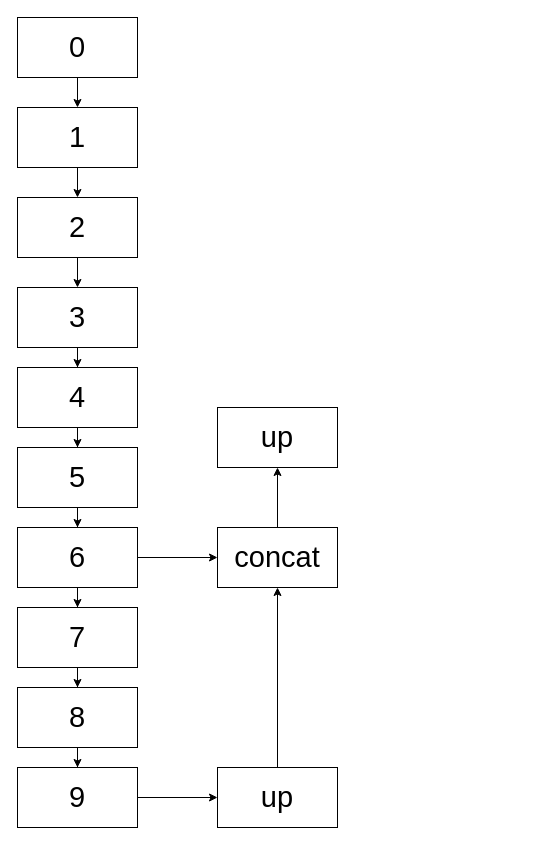
Before: yolo.drawio in funkallll/deeplearning, a draw.io diagram. Source tidied: cells renumbered, new cells numbered last; positions are measured from the earlier drawing's top-left corner, leaving out a move shared by most shapes. Both pictures are drawn from the tidied source at 100%, with x=0, y=0 at pixel (17, 17).
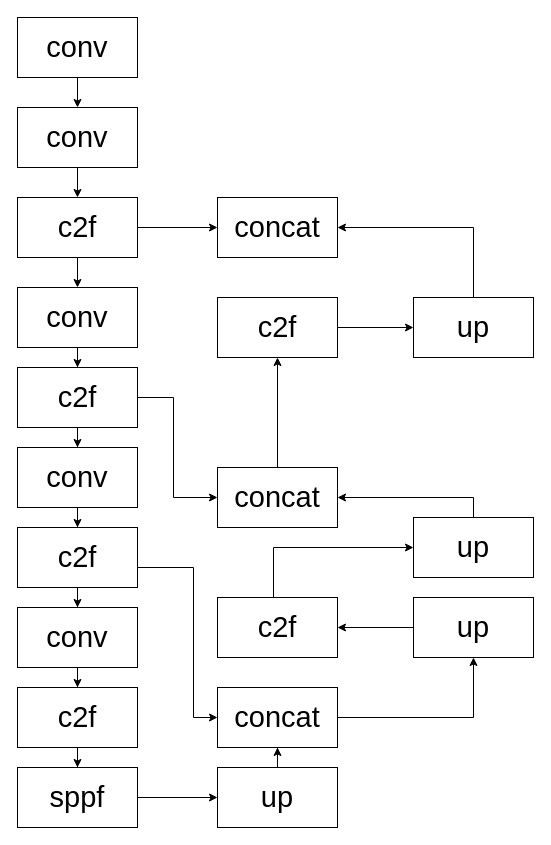
The same page after the edit.

The edit, as a diff of the source:
```diff
@@
-    <mxCell id="3" value="0" style="rounded=0;whiteSpace=wrap;html=1;fontSize=29;" parent="1" vertex="1">
+    <mxCell id="3" value="conv" style="rounded=0;whiteSpace=wrap;html=1;fontSize=29;" parent="1" vertex="1">
       <mxGeometry width="120" height="60" as="geometry" />
     </mxCell>
@@
-    <mxCell id="5" value="1" style="rounded=0;whiteSpace=wrap;html=1;fontSize=29;" parent="1" vertex="1">
+    <mxCell id="5" value="conv" style="rounded=0;whiteSpace=wrap;html=1;fontSize=29;" parent="1" vertex="1">
       <mxGeometry y="90" width="120" height="60" as="geometry" />
     </mxCell>
@@
+    <mxCell id="28" style="edgeStyle=orthogonalEdgeStyle;rounded=0;jettySize=auto;html=1;entryX=0;entryY=0.5;entryDx=0;entryDy=0;" parent="1" edge="1" source="7" target="41">
+      <mxGeometry relative="1" as="geometry" />
+    </mxCell>
-    <mxCell id="7" value="2" style="rounded=0;whiteSpace=wrap;html=1;fontSize=29;" parent="1" vertex="1">
+    <mxCell id="7" value="c2f" style="rounded=0;whiteSpace=wrap;html=1;fontSize=29;" parent="1" vertex="1">
       <mxGeometry y="180" width="120" height="60" as="geometry" />
     </mxCell>
@@
-    <mxCell id="9" value="3" style="rounded=0;whiteSpace=wrap;html=1;fontSize=29;" parent="1" vertex="1">
+    <mxCell id="9" value="conv" style="rounded=0;whiteSpace=wrap;html=1;fontSize=29;" parent="1" vertex="1">
       <mxGeometry y="270" width="120" height="60" as="geometry" />
     </mxCell>
@@
+    <mxCell id="29" style="edgeStyle=orthogonalEdgeStyle;rounded=0;jettySize=auto;html=1;" parent="1" edge="1" source="11" target="36">
+      <mxGeometry relative="1" as="geometry">
+        <Array as="points">
+          <mxPoint x="156" y="380" />
+          <mxPoint x="156" y="480" />
+        </Array>
+      </mxGeometry>
+    </mxCell>
-    <mxCell id="11" value="4" style="rounded=0;whiteSpace=wrap;html=1;fontSize=29;" parent="1" vertex="1">
+    <mxCell id="11" value="c2f" style="rounded=0;whiteSpace=wrap;html=1;fontSize=29;" parent="1" vertex="1">
       <mxGeometry y="350" width="120" height="60" as="geometry" />
     </mxCell>
@@
-    <mxCell id="13" value="5" style="rounded=0;whiteSpace=wrap;html=1;fontSize=29;" parent="1" vertex="1">
+    <mxCell id="13" value="conv" style="rounded=0;whiteSpace=wrap;html=1;fontSize=29;" parent="1" vertex="1">
       <mxGeometry y="430" width="120" height="60" as="geometry" />
     </mxCell>
@@
     <mxCell id="15" style="edgeStyle=orthogonalEdgeStyle;rounded=0;jettySize=auto;html=1;" parent="1" edge="1" source="16" target="26">
-      <mxGeometry relative="1" as="geometry" />
+      <mxGeometry relative="1" as="geometry">
+        <Array as="points">
+          <mxPoint x="176" y="550" />
+          <mxPoint x="176" y="700" />
+        </Array>
+      </mxGeometry>
     </mxCell>
-    <mxCell id="16" value="6" style="rounded=0;whiteSpace=wrap;html=1;fontSize=29;" parent="1" vertex="1">
+    <mxCell id="16" value="c2f" style="rounded=0;whiteSpace=wrap;html=1;fontSize=29;" parent="1" vertex="1">
       <mxGeometry y="510" width="120" height="60" as="geometry" />
     </mxCell>
@@
-    <mxCell id="18" value="7" style="rounded=0;whiteSpace=wrap;html=1;fontSize=29;" parent="1" vertex="1">
+    <mxCell id="18" value="conv" style="rounded=0;whiteSpace=wrap;html=1;fontSize=29;" parent="1" vertex="1">
       <mxGeometry y="590" width="120" height="60" as="geometry" />
     </mxCell>
@@
-    <mxCell id="20" value="8" style="rounded=0;whiteSpace=wrap;html=1;fontSize=29;" parent="1" vertex="1">
+    <mxCell id="20" value="c2f" style="rounded=0;whiteSpace=wrap;html=1;fontSize=29;" parent="1" vertex="1">
       <mxGeometry y="670" width="120" height="60" as="geometry" />
     </mxCell>
@@
-    <mxCell id="22" value="9" style="rounded=0;whiteSpace=wrap;html=1;fontSize=29;" parent="1" vertex="1">
+    <mxCell id="22" value="sppf" style="rounded=0;whiteSpace=wrap;html=1;fontSize=29;" parent="1" vertex="1">
       <mxGeometry y="750" width="120" height="60" as="geometry" />
     </mxCell>
@@
     <mxCell id="26" value="concat" style="whiteSpace=wrap;html=1;fontSize=29;rounded=0;" parent="1" vertex="1">
-      <mxGeometry x="200" y="510" width="120" height="60" as="geometry" />
+      <mxGeometry x="200" y="670" width="120" height="60" as="geometry" />
     </mxCell>
+    <mxCell id="30" style="edgeStyle=orthogonalEdgeStyle;rounded=0;jettySize=auto;html=1;" parent="1" edge="1" source="27" target="32">
+      <mxGeometry relative="1" as="geometry">
+        <Array as="points">
+          <mxPoint x="396" y="610" />
+          <mxPoint x="396" y="610" />
+        </Array>
+      </mxGeometry>
+    </mxCell>
     <mxCell id="27" value="up" style="whiteSpace=wrap;html=1;fontSize=29;rounded=0;" parent="1" vertex="1">
-      <mxGeometry x="200" y="390" width="120" height="60" as="geometry" />
+      <mxGeometry x="396" y="580" width="120" height="60" as="geometry" />
     </mxCell>
+    <mxCell id="31" style="edgeStyle=orthogonalEdgeStyle;rounded=0;jettySize=auto;html=1;" parent="1" edge="1" source="32" target="34">
+      <mxGeometry relative="1" as="geometry">
+        <Array as="points">
+          <mxPoint x="256" y="530" />
+        </Array>
+      </mxGeometry>
+    </mxCell>
+    <mxCell id="32" value="c2f" style="whiteSpace=wrap;html=1;fontSize=29;rounded=0;" parent="1" vertex="1">
+      <mxGeometry x="200" y="580" width="120" height="60" as="geometry" />
+    </mxCell>
+    <mxCell id="33" style="edgeStyle=orthogonalEdgeStyle;rounded=0;jettySize=auto;html=1;entryX=1;entryY=0.5;entryDx=0;entryDy=0;" parent="1" edge="1" source="34" target="36">
+      <mxGeometry relative="1" as="geometry">
+        <Array as="points">
+          <mxPoint x="456" y="480" />
+        </Array>
+      </mxGeometry>
+    </mxCell>
+    <mxCell id="34" value="up" style="whiteSpace=wrap;html=1;fontSize=29;rounded=0;" parent="1" vertex="1">
+      <mxGeometry x="396" y="500" width="120" height="60" as="geometry" />
+    </mxCell>
+    <mxCell id="35" style="edgeStyle=orthogonalEdgeStyle;rounded=0;jettySize=auto;html=1;" parent="1" edge="1" source="36" target="38">
+      <mxGeometry relative="1" as="geometry" />
+    </mxCell>
+    <mxCell id="36" value="concat" style="rounded=0;whiteSpace=wrap;html=1;fontSize=29;" parent="1" vertex="1">
+      <mxGeometry x="200" y="450" width="120" height="60" as="geometry" />
+    </mxCell>
+    <mxCell id="37" style="edgeStyle=orthogonalEdgeStyle;rounded=0;jettySize=auto;html=1;" parent="1" edge="1" source="38" target="40">
+      <mxGeometry relative="1" as="geometry" />
+    </mxCell>
+    <mxCell id="38" value="c2f" style="rounded=0;whiteSpace=wrap;html=1;fontSize=29;" parent="1" vertex="1">
+      <mxGeometry x="200" y="280" width="120" height="60" as="geometry" />
+    </mxCell>
+    <mxCell id="39" style="edgeStyle=orthogonalEdgeStyle;rounded=0;jettySize=auto;html=1;" parent="1" edge="1" source="40" target="41">
+      <mxGeometry relative="1" as="geometry">
+        <Array as="points">
+          <mxPoint x="456" y="210" />
+        </Array>
+      </mxGeometry>
+    </mxCell>
+    <mxCell id="40" value="up" style="rounded=0;whiteSpace=wrap;html=1;fontSize=29;" parent="1" vertex="1">
+      <mxGeometry x="396" y="280" width="120" height="60" as="geometry" />
+    </mxCell>
+    <mxCell id="41" value="concat" style="rounded=0;whiteSpace=wrap;html=1;fontSize=29;" parent="1" vertex="1">
+      <mxGeometry x="200" y="180" width="120" height="60" as="geometry" />
+    </mxCell>
```
